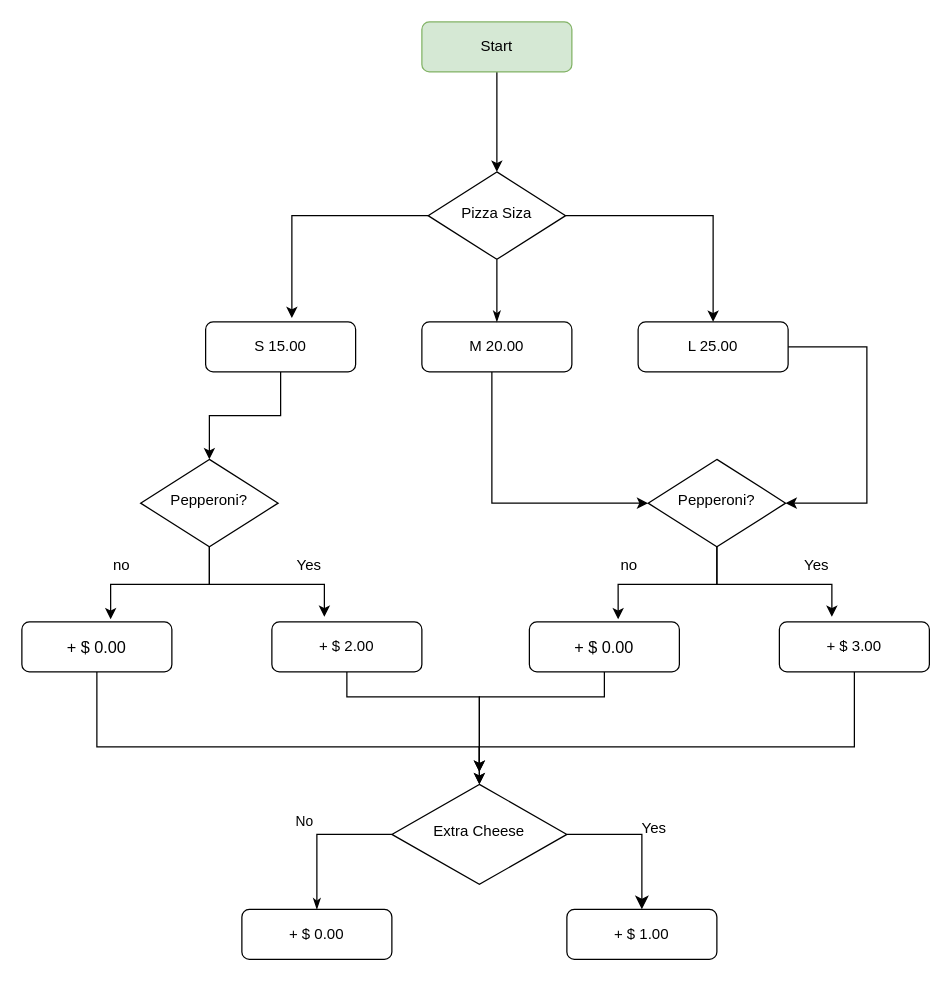
Earlier version of the draw.io diagram Documents/PythonPizza.drawio (AruGarcia/100DaysOfCode). Source tidied: cells renumbered, new cells numbered last; positions are measured from the earlier drawing's top-left corner, leaving out a move shared by most shapes. Both pictures are drawn from the tidied source at 125%, with x=0, y=0 at pixel (21, 21).
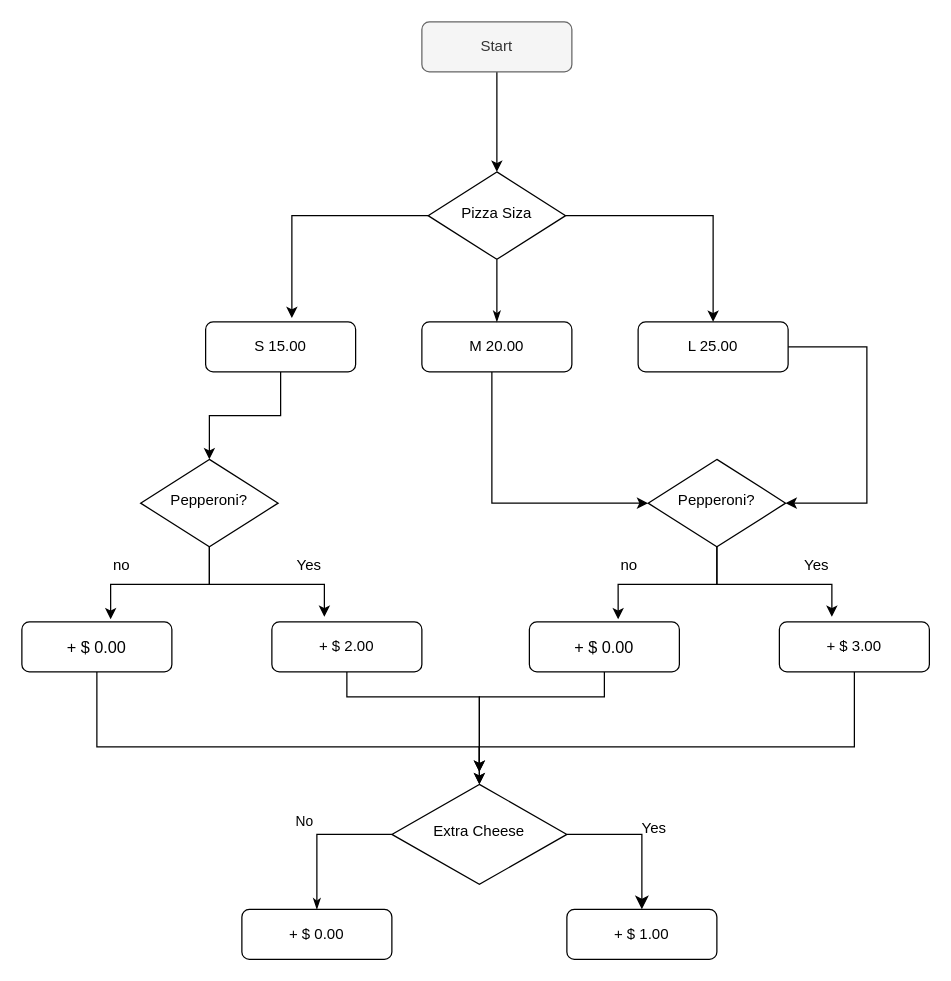
After the change.

Change to the diagram source:
```diff
@@
-    <mxCell id="3" value="Start" style="rounded=1;whiteSpace=wrap;html=1;fontSize=12;glass=0;strokeWidth=1;shadow=0;fillColor=#d5e8d4;strokeColor=#82b366;" parent="1" vertex="1">
+    <mxCell id="3" value="Start" style="rounded=1;whiteSpace=wrap;html=1;fontSize=12;glass=0;strokeWidth=1;shadow=0;fillColor=#f5f5f5;strokeColor=#666666;fontColor=#333333;" parent="1" vertex="1">
       <mxGeometry x="320" width="120" height="40" as="geometry" />
     </mxCell>
```
